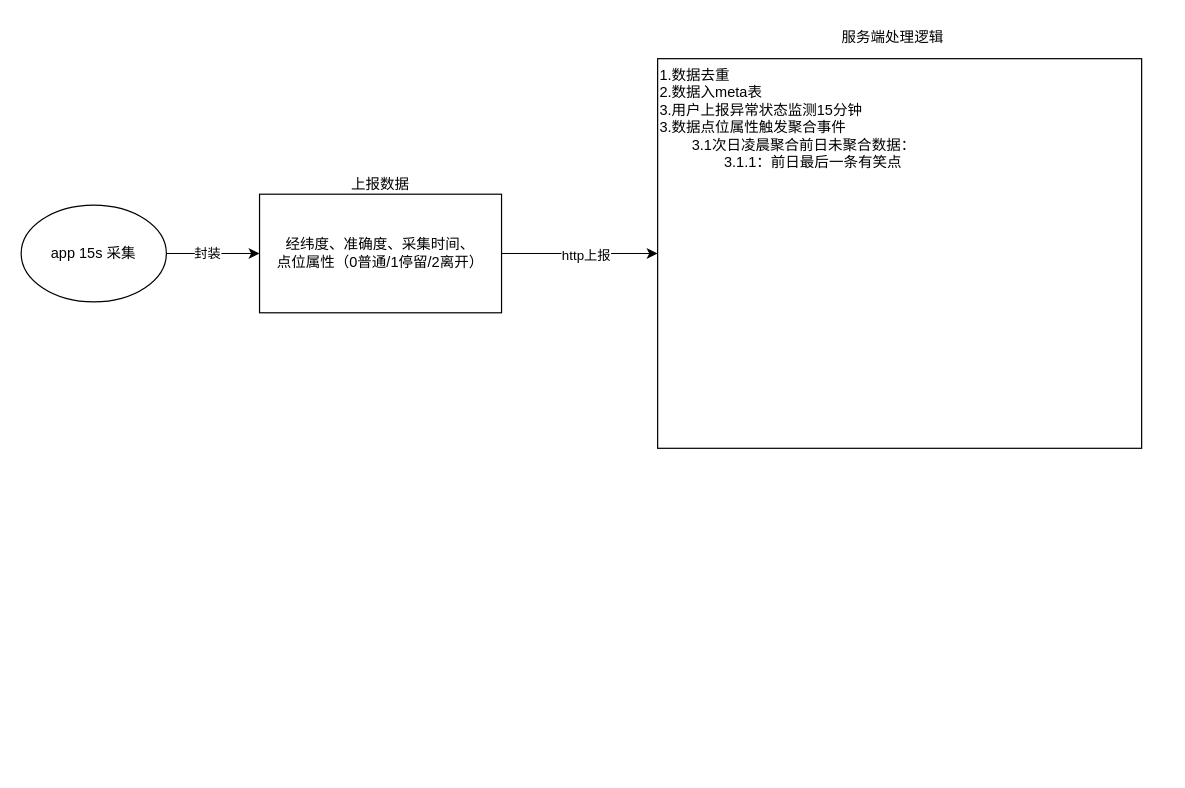
Earlier version of the draw.io diagram coordinate轨迹脑图.drawio (JimmyZzzzz/drawIO). Source tidied: cells renumbered, new cells numbered last; positions are measured from the earlier drawing's top-left corner, leaving out a move shared by most shapes. Both pictures are drawn from the tidied source at 121%, with x=0, y=0 at pixel (21, 21).
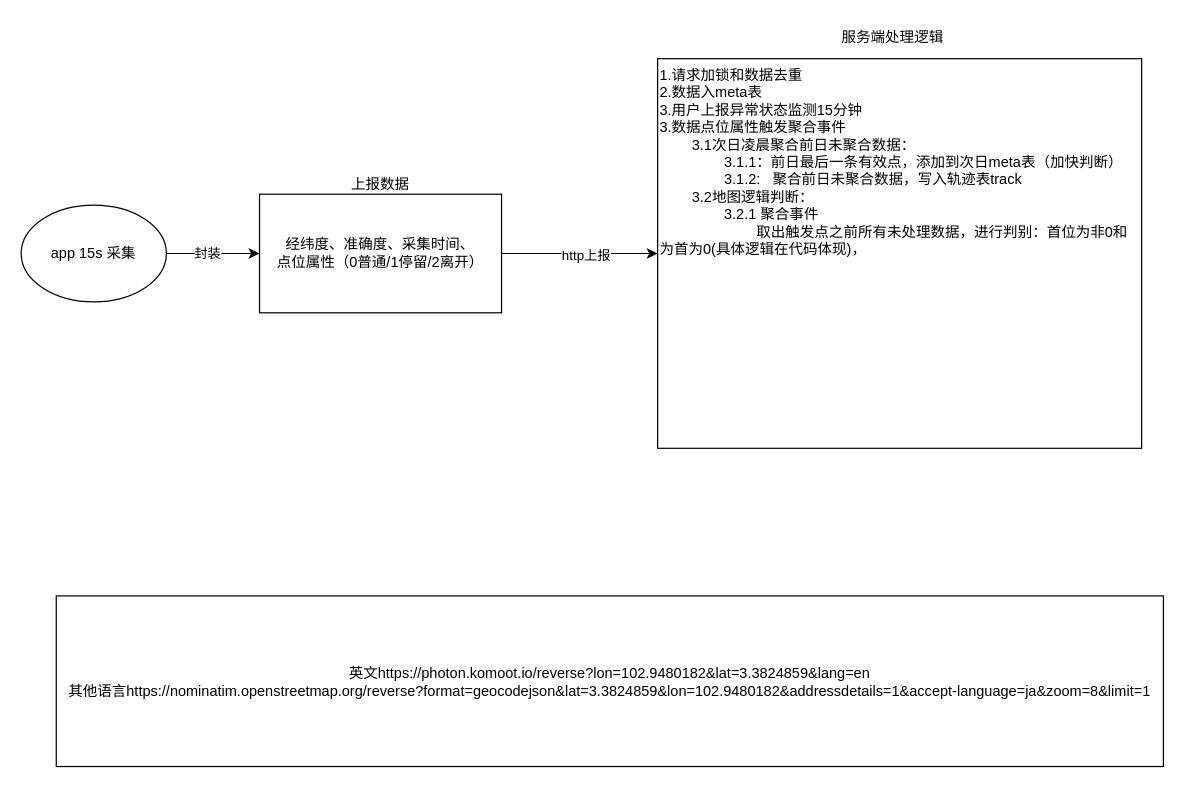
After the change.

Commit message:
更新coordinate轨迹脑图.drawio

What changed in the source:
```diff
@@
 <mxGraphModel>
   <root>
     <mxCell id="0" />
     <mxCell id="1" parent="0" />
     <mxCell id="2" style="edgeStyle=orthogonalEdgeStyle;rounded=0;jettySize=auto;html=1;entryX=0;entryY=0.5;entryDx=0;entryDy=0;" parent="1" edge="1" source="4" target="7">
       <mxGeometry relative="1" as="geometry" />
     </mxCell>
     <mxCell id="3" value="封装" style="edgeLabel;html=1;align=center;verticalAlign=middle;" parent="2" vertex="1">
       <mxGeometry x="-0.15" y="1" relative="1" as="geometry" />
     </mxCell>
     <mxCell id="4" value="app 15s 采集" style="ellipse;whiteSpace=wrap;html=1;" parent="1" vertex="1">
       <mxGeometry y="152" width="120" height="80" as="geometry" />
     </mxCell>
     <mxCell id="5" style="edgeStyle=orthogonalEdgeStyle;rounded=0;jettySize=auto;html=1;exitX=1;exitY=0.5;exitDx=0;exitDy=0;entryX=0;entryY=0.5;entryDx=0;entryDy=0;" parent="1" edge="1" source="7" target="9">
       <mxGeometry relative="1" as="geometry">
         <Array as="points">
           <mxPoint x="516" y="192" />
         </Array>
       </mxGeometry>
     </mxCell>
     <mxCell id="6" value="http上报" style="edgeLabel;html=1;align=center;verticalAlign=middle;" parent="5" vertex="1">
       <mxGeometry x="0.07" y="-1" relative="1" as="geometry" />
     </mxCell>
     <mxCell id="7" value="经纬度、准确度、采集时间、&lt;div&gt;点位属性（0普通/1停留/2离开）&lt;/div&gt;" style="rounded=0;whiteSpace=wrap;html=1;" parent="1" vertex="1">
       <mxGeometry x="197" y="143" width="200" height="98" as="geometry" />
     </mxCell>
     <mxCell id="8" value="上报数据" style="text;html=1;align=center;verticalAlign=middle;whiteSpace=wrap;rounded=0;" parent="1" vertex="1">
       <mxGeometry x="267" y="120" width="60" height="30" as="geometry" />
     </mxCell>
-    <mxCell id="9" value="1.数据去重&lt;div&gt;2.数据入meta表&lt;/div&gt;&lt;div&gt;3.用户上报异常状态监测15分钟&lt;/div&gt;&lt;div&gt;3.数据点位属性触发聚合事件&lt;/div&gt;&lt;div&gt;&lt;span style=&quot;white-space: pre;&quot;&gt;&#9;&lt;/span&gt;3.1次日凌晨聚合前日未聚合数据：&lt;br&gt;&lt;/div&gt;&lt;div&gt;&lt;span style=&quot;white-space: pre;&quot;&gt;&#9;&lt;/span&gt;&lt;span style=&quot;white-space: pre;&quot;&gt;&#9;&lt;/span&gt;3.1.1：前日最后一条有笑点&lt;br&gt;&lt;/div&gt;&lt;div&gt;&lt;span style=&quot;white-space: pre;&quot;&gt;&#9;&lt;/span&gt;&lt;br&gt;&lt;/div&gt;" style="rounded=0;whiteSpace=wrap;html=1;align=left;horizontal=1;verticalAlign=top;" parent="1" vertex="1">
+    <mxCell id="9" value="1.请求加锁和数据去重&lt;div&gt;2.数据入meta表&lt;/div&gt;&lt;div&gt;3.用户上报异常状态监测15分钟&lt;/div&gt;&lt;div&gt;3.数据点位属性触发聚合事件&lt;/div&gt;&lt;div&gt;&lt;span style=&quot;white-space: pre;&quot;&gt;&#9;&lt;/span&gt;3.1次日凌晨聚合前日未聚合数据：&lt;br&gt;&lt;/div&gt;&lt;div&gt;&lt;span style=&quot;white-space: pre;&quot;&gt;&#9;&lt;/span&gt;&lt;span style=&quot;white-space: pre;&quot;&gt;&#9;&lt;/span&gt;3.1.1：前日最后一条有效点，添加到次日meta表（加快判断）&lt;br&gt;&lt;/div&gt;&lt;div&gt;&lt;span style=&quot;white-space: pre;&quot;&gt;&#9;&lt;span style=&quot;white-space: pre;&quot;&gt;&#9;&lt;/span&gt;3.&lt;/span&gt;1.2:&amp;nbsp; &amp;nbsp;聚合前日未聚合数据，写入轨迹表track&lt;br&gt;&lt;/div&gt;&lt;div&gt;&lt;span style=&quot;white-space: pre;&quot;&gt;&#9;&lt;/span&gt;3.2地图逻辑判断：&lt;br&gt;&lt;/div&gt;&lt;div&gt;&lt;span style=&quot;white-space: pre;&quot;&gt;&#9;&lt;/span&gt;&lt;span style=&quot;white-space: pre;&quot;&gt;&#9;&lt;/span&gt;3.2.1 聚合事件&lt;/div&gt;&lt;div&gt;&lt;span style=&quot;white-space: pre;&quot;&gt;&#9;&lt;/span&gt;&lt;span style=&quot;white-space: pre;&quot;&gt;&#9;&lt;span style=&quot;white-space: pre;&quot;&gt;&#9;&lt;/span&gt;&lt;/span&gt;取出触发点之前所有未处理数据，进行判别：首位为非0和为首为0(具体逻辑在代码体现)，&lt;/div&gt;&lt;div&gt;&lt;br&gt;&lt;/div&gt;" style="rounded=0;whiteSpace=wrap;html=1;align=left;horizontal=1;verticalAlign=top;" parent="1" vertex="1">
       <mxGeometry x="526" y="31" width="400" height="322" as="geometry" />
     </mxCell>
     <mxCell id="10" value="服务端处理逻辑" style="text;html=1;align=center;verticalAlign=middle;whiteSpace=wrap;rounded=0;" parent="1" vertex="1">
       <mxGeometry x="671" width="99" height="27" as="geometry" />
     </mxCell>
+    <mxCell id="11" value="英文https://photon.komoot.io/reverse?lon=102.9480182&amp;amp;lat=3.3824859&amp;amp;lang=en&lt;div&gt;其他语言https://nominatim.openstreetmap.org/reverse?format=geocodejson&amp;amp;lat=3.3824859&amp;amp;lon=102.9480182&amp;amp;addressdetails=1&amp;amp;accept-language=ja&amp;amp;zoom=8&amp;amp;limit=1&lt;/div&gt;" style="rounded=0;whiteSpace=wrap;html=1;" parent="1" vertex="1">
+      <mxGeometry x="29" y="475" width="915" height="141" as="geometry" />
+    </mxCell>
   </root>
 </mxGraphModel>
```
